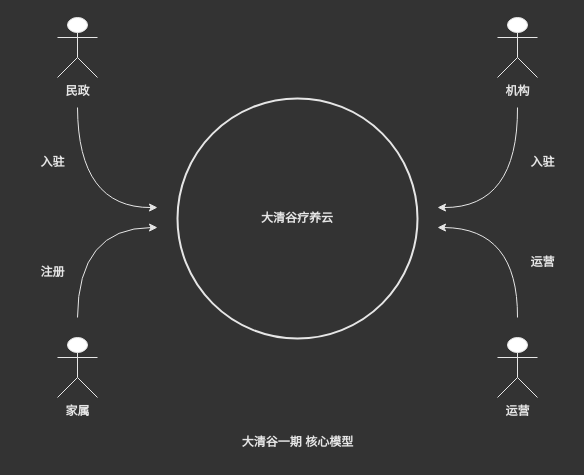
Above: page "D_0" (1 of 3) of src/work/wyjz/daqinggu/dqg_overview.drawio in ab-doc/draw.io (draw.io), before the change. Source tidied: cells renumbered, new cells numbered last; positions are measured from the earlier drawing's top-left corner, leaving out a move shared by most shapes. Both pictures are drawn from the tidied source at 100%, with x=0, y=0 at pixel (27, 17).
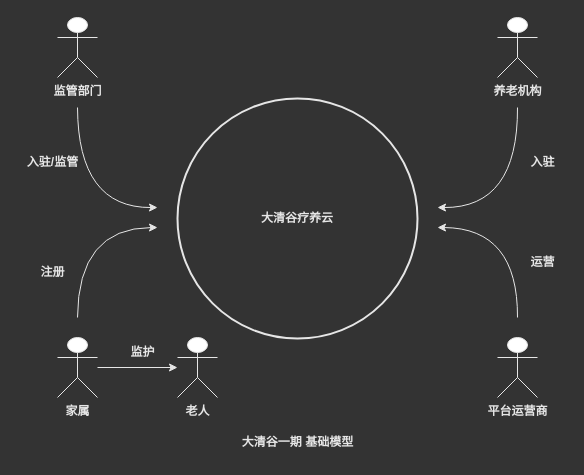
Above is the later version.

Unchanged cells that the change refers to:
```xml
<mxCell id="3" value="家属" style="shape=umlActor;verticalLabelPosition=bottom;verticalAlign=top;html=1;outlineConnect=0;strokeColor=#E6E6E6;fontColor=#E6E6E6;fontStyle=1;" parent="1" vertex="1">
  <mxGeometry x="30" y="320" width="40" height="60" as="geometry" />
</mxCell>
```

What changed in the source:
```diff
@@
-    <mxCell id="2" value="机构" style="shape=umlActor;verticalLabelPosition=bottom;verticalAlign=top;html=1;fillColor=#FFFFFF;strokeColor=#E6E6E6;fontColor=#E6E6E6;fontStyle=1;" parent="1" vertex="1">
+    <mxCell id="2" value="养老机构" style="shape=umlActor;verticalLabelPosition=bottom;verticalAlign=top;html=1;fillColor=#FFFFFF;strokeColor=#E6E6E6;fontColor=#E6E6E6;fontStyle=1;" parent="1" vertex="1">
       <mxGeometry x="470" width="40" height="60" as="geometry" />
     </mxCell>
+    <mxCell id="16" style="edgeStyle=orthogonalEdgeStyle;rounded=0;jettySize=auto;html=1;strokeColor=#E6E6E6;" parent="1" edge="1" source="3" target="17">
+      <mxGeometry relative="1" as="geometry" />
+    </mxCell>
@@
-    <mxCell id="4" value="民政" style="shape=umlActor;verticalLabelPosition=bottom;verticalAlign=top;html=1;strokeColor=#E6E6E6;fontColor=#E6E6E6;fontStyle=1;" parent="1" vertex="1">
+    <mxCell id="4" value="监管部门" style="shape=umlActor;verticalLabelPosition=bottom;verticalAlign=top;html=1;strokeColor=#E6E6E6;fontColor=#E6E6E6;fontStyle=1;" parent="1" vertex="1">
       <mxGeometry x="30" width="40" height="60" as="geometry" />
     </mxCell>
@@
-    <mxCell id="8" value="运营" style="shape=umlActor;verticalLabelPosition=bottom;verticalAlign=top;html=1;strokeColor=#E6E6E6;fontColor=#E6E6E6;fontStyle=1;" parent="1" vertex="1">
+    <mxCell id="8" value="平台运营商" style="shape=umlActor;verticalLabelPosition=bottom;verticalAlign=top;html=1;strokeColor=#E6E6E6;fontColor=#E6E6E6;fontStyle=1;" parent="1" vertex="1">
       <mxGeometry x="470" y="320" width="40" height="60" as="geometry" />
     </mxCell>
@@
-    <mxCell id="11" value="&lt;font color=&quot;#e6e6e6&quot;&gt;&lt;b&gt;入驻&lt;/b&gt;&lt;/font&gt;" style="text;html=1;align=center;verticalAlign=middle;strokeColor=none;fillColor=none;" parent="1" vertex="1">
-      <mxGeometry y="130" width="50" height="30" as="geometry" />
+    <mxCell id="11" value="&lt;font color=&quot;#e6e6e6&quot;&gt;&lt;b&gt;入驻/监管&lt;/b&gt;&lt;/font&gt;" style="text;html=1;align=center;verticalAlign=middle;strokeColor=none;fillColor=none;" parent="1" vertex="1">
+      <mxGeometry x="-10" y="130" width="70" height="30" as="geometry" />
     </mxCell>
@@
-    <mxCell id="15" value="&lt;font color=&quot;#e6e6e6&quot;&gt;&lt;b&gt;大清谷一期 核心模型&lt;/b&gt;&lt;/font&gt;" style="text;html=1;align=center;verticalAlign=middle;strokeColor=none;fillColor=none;" parent="1" vertex="1">
+    <mxCell id="15" value="&lt;font color=&quot;#e6e6e6&quot;&gt;&lt;b&gt;大清谷一期 基础模型&lt;/b&gt;&lt;/font&gt;" style="text;html=1;align=center;verticalAlign=middle;strokeColor=none;fillColor=none;" parent="1" vertex="1">
       <mxGeometry x="205" y="410" width="130" height="30" as="geometry" />
     </mxCell>
+    <mxCell id="17" value="老人" style="shape=umlActor;verticalLabelPosition=bottom;verticalAlign=top;html=1;outlineConnect=0;strokeColor=#E6E6E6;fontColor=#E6E6E6;fontStyle=1;" parent="1" vertex="1">
+      <mxGeometry x="150" y="320" width="40" height="60" as="geometry" />
+    </mxCell>
+    <mxCell id="18" value="&lt;font color=&quot;#e6e6e6&quot;&gt;&lt;b&gt;监护&lt;/b&gt;&lt;/font&gt;" style="text;html=1;align=center;verticalAlign=middle;strokeColor=none;fillColor=none;" parent="1" vertex="1">
+      <mxGeometry x="90" y="320" width="50" height="30" as="geometry" />
+    </mxCell>
```
